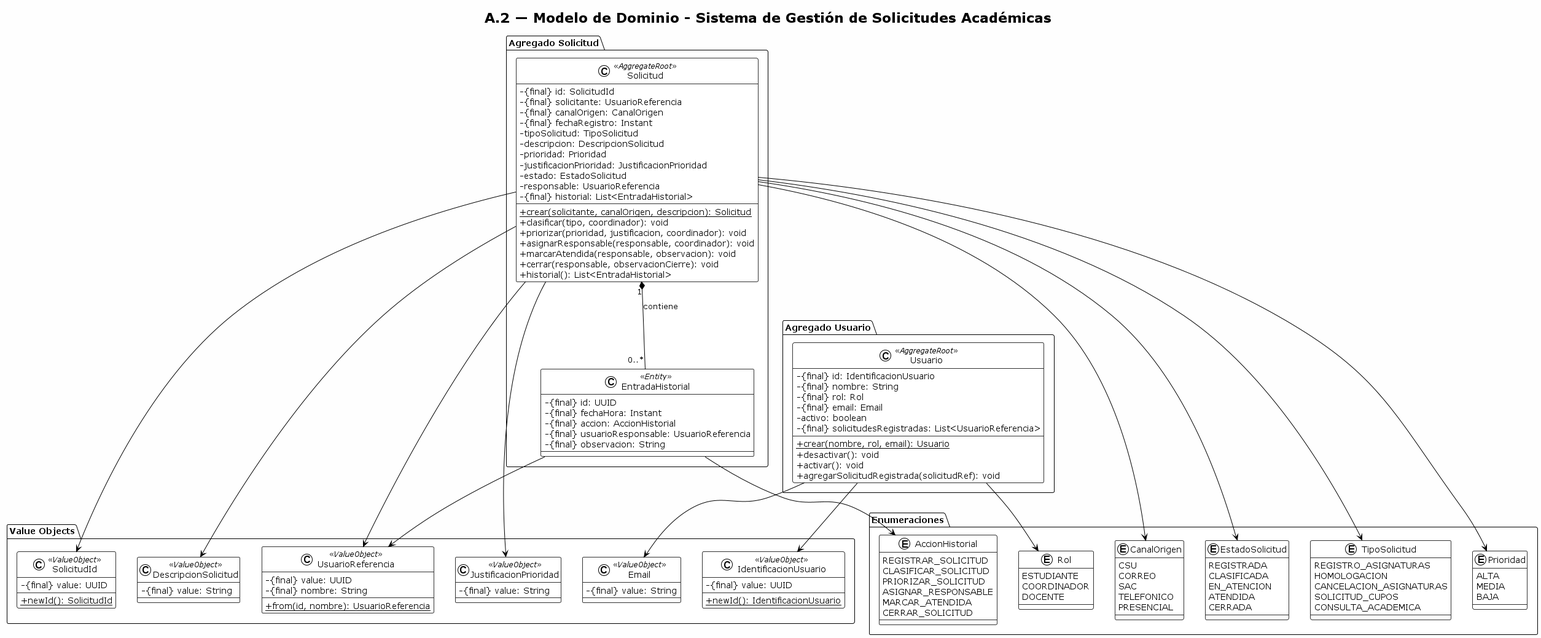
chaos086/backend-proyecto-sistemaPQRS keeps this PlantUML diagram as proyecto/docs/diagramas/arquitectura/A2_modelo_dominio.png. Above is the earlier version. The source it was exported from:
```plantuml
@startuml
!theme plain
skinparam backgroundColor #FEFEFE
skinparam classBackgroundColor #FFFFFF
skinparam classBorderColor #333333
skinparam classAttributeIconSize 0

title A.2 — Modelo de Dominio - Sistema de Gestión de Solicitudes Académicas


package "Agregado Solicitud" {

    class Solicitud <<AggregateRoot>> {
        -{final} id: SolicitudId
        -{final} solicitante: UsuarioReferencia
        -{final} canalOrigen: CanalOrigen
        -{final} fechaRegistro: Instant
        -tipoSolicitud: TipoSolicitud
        -descripcion: DescripcionSolicitud
        -prioridad: Prioridad
        -justificacionPrioridad: JustificacionPrioridad
        -estado: EstadoSolicitud
        -responsable: UsuarioReferencia
        -{final} historial: List<EntradaHistorial>
        --
        +crear(solicitante, canalOrigen, descripcion): Solicitud {static}
        +clasificar(tipo, coordinador): void
        +priorizar(prioridad, justificacion, coordinador): void
        +asignarResponsable(responsable, coordinador): void
        +marcarAtendida(responsable, observacion): void
        +cerrar(responsable, observacionCierre): void
        +historial(): List<EntradaHistorial>
    }

    class EntradaHistorial <<Entity>> {
        -{final} id: UUID
        -{final} fechaHora: Instant
        -{final} accion: AccionHistorial
        -{final} usuarioResponsable: UsuarioReferencia
        -{final} observacion: String
    }

    Solicitud "1" *-- "0..*" EntradaHistorial : contiene
}


package "Agregado Usuario" {

    class Usuario <<AggregateRoot>> {
        -{final} id: IdentificacionUsuario
        -{final} nombre: String
        -{final} rol: Rol
        -{final} email: Email
        -activo: boolean
        -{final} solicitudesRegistradas: List<UsuarioReferencia>
        --
        +crear(nombre, rol, email): Usuario {static}
        +desactivar(): void
        +activar(): void
        +agregarSolicitudRegistrada(solicitudRef): void
    }
}


package "Value Objects" {

    class SolicitudId <<ValueObject>> {
        -{final} value: UUID
        --
        +newId(): SolicitudId {static}
    }

    class IdentificacionUsuario <<ValueObject>> {
        -{final} value: UUID
        --
        +newId(): IdentificacionUsuario {static}
    }

    class UsuarioReferencia <<ValueObject>> {
        -{final} value: UUID
        -{final} nombre: String
        --
        +from(id, nombre): UsuarioReferencia {static}
    }

    class Email <<ValueObject>> {
        -{final} value: String
    }

    class DescripcionSolicitud <<ValueObject>> {
        -{final} value: String
    }

    class JustificacionPrioridad <<ValueObject>> {
        -{final} value: String
    }
}


package "Enumeraciones" {

    enum EstadoSolicitud {
        REGISTRADA
        CLASIFICADA
        EN_ATENCION
        ATENDIDA
        CERRADA
    }

    enum TipoSolicitud {
        REGISTRO_ASIGNATURAS
        HOMOLOGACION
        CANCELACION_ASIGNATURAS
        SOLICITUD_CUPOS
        CONSULTA_ACADEMICA
    }

    enum Prioridad {
        ALTA
        MEDIA
        BAJA
    }

    enum CanalOrigen {
        CSU
        CORREO
        SAC
        TELEFONICO
        PRESENCIAL
    }

    enum Rol {
        ESTUDIANTE
        COORDINADOR
        DOCENTE
    }

    enum AccionHistorial {
        REGISTRAR_SOLICITUD
        CLASIFICAR_SOLICITUD
        PRIORIZAR_SOLICITUD
        ASIGNAR_RESPONSABLE
        MARCAR_ATENDIDA
        CERRAR_SOLICITUD
    }
}


Solicitud --> SolicitudId
Solicitud --> UsuarioReferencia
Solicitud --> CanalOrigen
Solicitud --> DescripcionSolicitud
Solicitud --> TipoSolicitud
Solicitud --> Prioridad
Solicitud --> JustificacionPrioridad
Solicitud --> EstadoSolicitud
EntradaHistorial --> AccionHistorial
EntradaHistorial --> UsuarioReferencia

Usuario --> IdentificacionUsuario
Usuario --> Rol
Usuario --> Email

@enduml
```
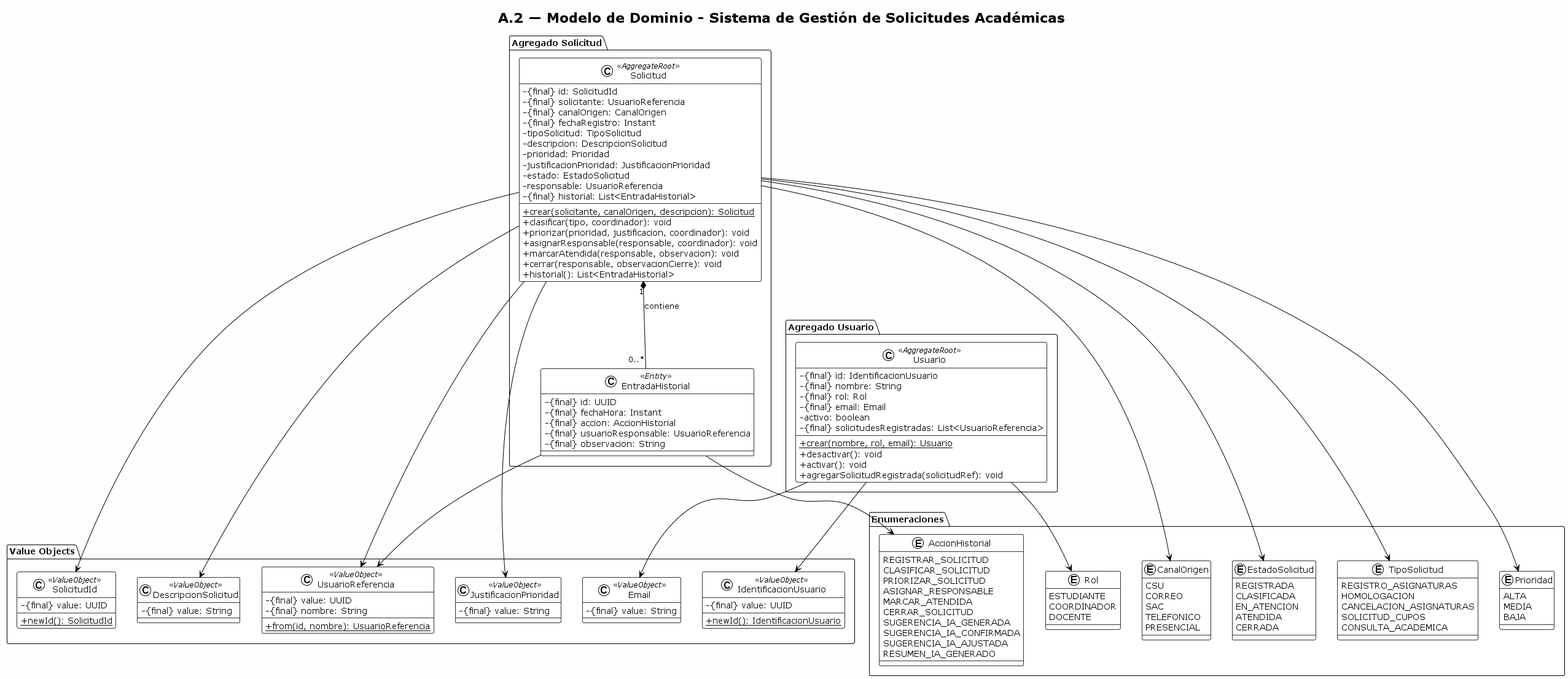
The same file after the commit.

Commit message:
Diagramas corregidos (se agrego el diseño de IA)

What changed in the source:
```diff
@@ -142,6 +142,10 @@
         ASIGNAR_RESPONSABLE
         MARCAR_ATENDIDA
         CERRAR_SOLICITUD
+        SUGERENCIA_IA_GENERADA
+        SUGERENCIA_IA_CONFIRMADA
+        SUGERENCIA_IA_AJUSTADA
+        RESUMEN_IA_GENERADO
     }
 }
 
```
